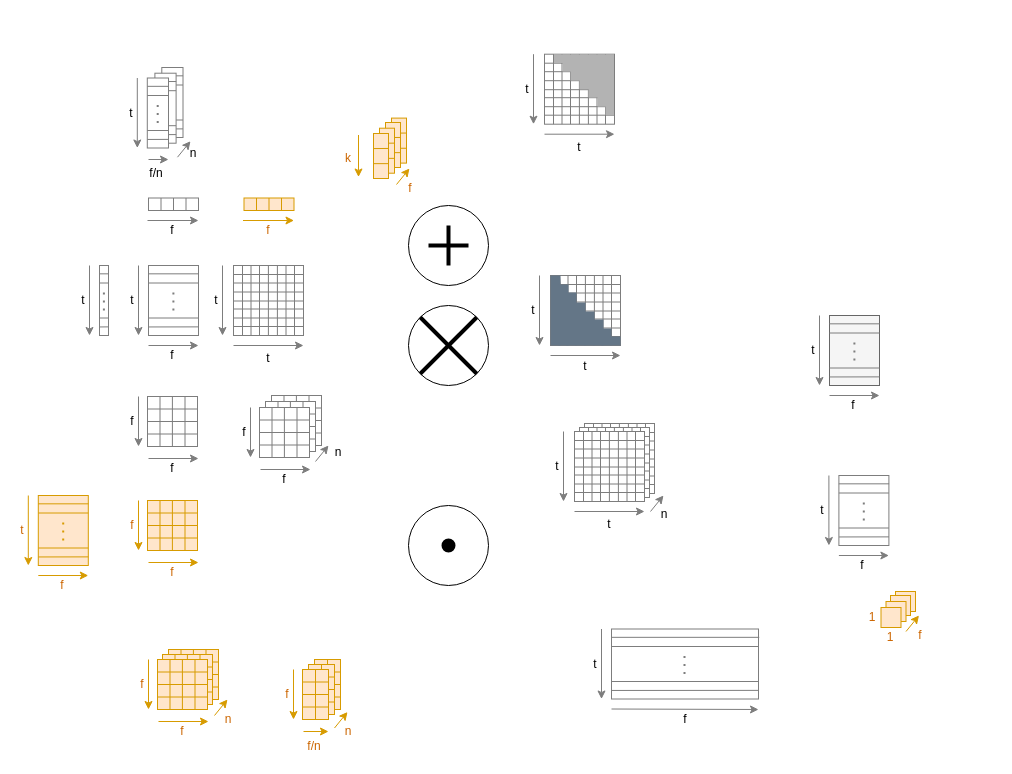
This is page "Base Figures" (1 of 5) of Untitled Diagram.drawio from OleguerCanal/diagrams, a draw.io file, before an edit. Source tidied: cells renumbered, new cells numbered last; positions are measured from the earlier drawing's top-left corner, leaving out a move shared by most shapes. Both pictures are drawn from the tidied source at 100%, with x=0, y=0 at pixel (17, 54).
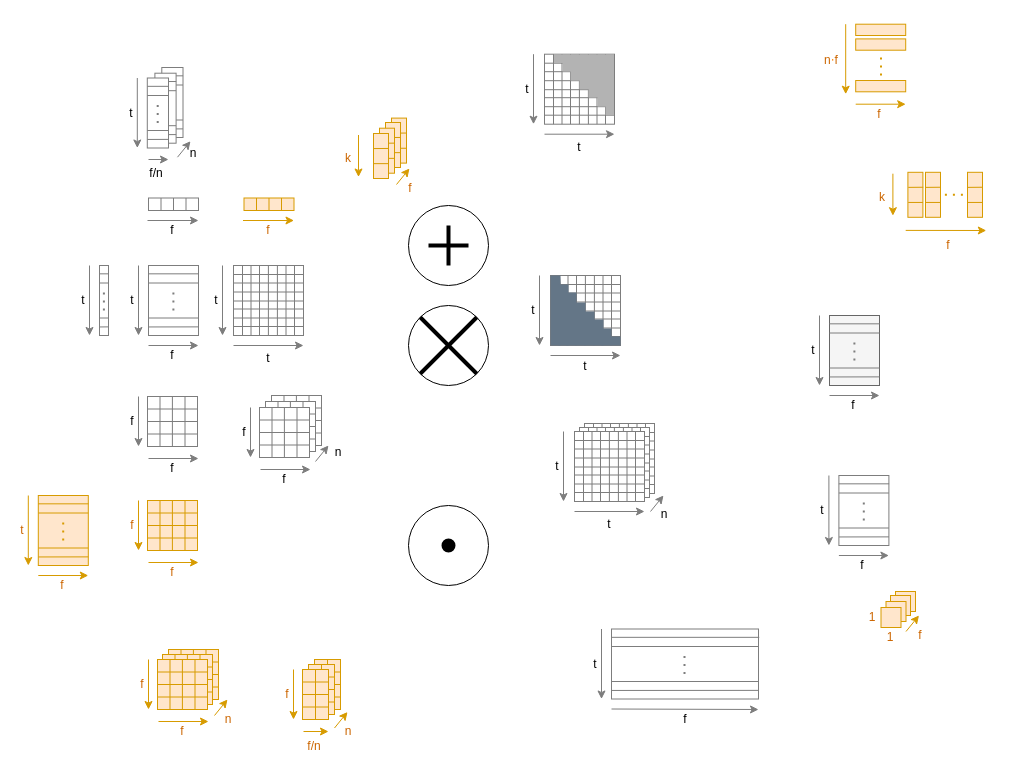
The same diagram, later.

Diff of the diagram source:
```diff
@@
+    <mxCell id="348" style="rounded=0;whiteSpace=wrap;html=1;strokeColor=#d79b00;fillColor=#ffe6cc;" parent="1" vertex="1">
+      <mxGeometry x="838.2" y="-30.3" width="50" height="11.3" as="geometry" />
+    </mxCell>
+    <mxCell id="349" style="endArrow=classic;html=1;rounded=0;strokeColor=#d79b00;fillColor=#ffe6cc;" parent="1" edge="1">
+      <mxGeometry relative="1" as="geometry">
+        <mxPoint x="828.2" y="-30.3" as="sourcePoint" />
+        <mxPoint x="828.2" y="39.7" as="targetPoint" />
+      </mxGeometry>
+    </mxCell>
+    <mxCell id="350" style="endArrow=classic;html=1;rounded=0;strokeColor=#d79b00;fillColor=#ffe6cc;" parent="1" edge="1">
+      <mxGeometry relative="1" as="geometry">
+        <mxPoint x="838.2" y="49.7" as="sourcePoint" />
+        <mxPoint x="888.2" y="49.7" as="targetPoint" />
+      </mxGeometry>
+    </mxCell>
+    <mxCell id="351" value="f" style="text;html=1;strokeColor=none;fillColor=none;align=center;verticalAlign=middle;whiteSpace=wrap;rounded=0;fontColor=#CC6600;" parent="1" vertex="1">
+      <mxGeometry x="857.2" y="49.7" width="10" height="20" as="geometry" />
+    </mxCell>
+    <mxCell id="352" style="rounded=0;whiteSpace=wrap;html=1;strokeColor=#d79b00;fillColor=#ffe6cc;" parent="1" vertex="1">
+      <mxGeometry x="838.2" y="-15.6" width="50" height="11.3" as="geometry" />
+    </mxCell>
+    <mxCell id="353" style="rounded=0;whiteSpace=wrap;html=1;strokeColor=#d79b00;fillColor=#ffe6cc;" parent="1" vertex="1">
+      <mxGeometry x="838.2" y="26" width="50" height="11.3" as="geometry" />
+    </mxCell>
+    <mxCell id="354" style="endArrow=none;dashed=1;html=1;dashPattern=1 3;strokeWidth=2;rounded=0;strokeColor=#d79b00;fillColor=#ffe6cc;" parent="1" edge="1">
+      <mxGeometry relative="1" as="geometry">
+        <mxPoint x="863.5" y="21" as="sourcePoint" />
+        <mxPoint x="863.5" y="1" as="targetPoint" />
+        <Array as="points">
+          <mxPoint x="863.5" y="21" />
+        </Array>
+      </mxGeometry>
+    </mxCell>
+    <mxCell id="355" value="n&lt;span style=&quot;font-family: &amp;#34;mathjax_main&amp;#34; ; text-align: left ; background-color: rgb(255 , 255 , 255)&quot;&gt;&lt;font style=&quot;font-size: 12px&quot; color=&quot;#ff8000&quot;&gt;⋅&lt;/font&gt;&lt;/span&gt;f" style="text;html=1;strokeColor=none;fillColor=none;align=center;verticalAlign=middle;whiteSpace=wrap;rounded=0;fontColor=#CC6600;" parent="1" vertex="1">
+      <mxGeometry x="797" y="-4.3" width="34" height="20" as="geometry" />
+    </mxCell>
+    <mxCell id="356" style="rounded=0;whiteSpace=wrap;html=1;strokeColor=#d79b00;fillColor=#ffe6cc;rotation=-90;" parent="1" vertex="1">
+      <mxGeometry x="935" y="132.8" width="45" height="15" as="geometry" />
+    </mxCell>
+    <mxCell id="357" style="endArrow=none;html=1;rounded=0;entryX=0.33;entryY=0.021;entryDx=0;entryDy=0;strokeColor=#d79b00;fillColor=#ffe6cc;entryPerimeter=0;exitX=0.33;exitY=1.005;exitDx=0;exitDy=0;exitPerimeter=0;" parent="1" edge="1" source="356" target="356">
+      <mxGeometry relative="1" as="geometry" />
+    </mxCell>
+    <mxCell id="358" style="endArrow=none;html=1;rounded=0;strokeColor=#d79b00;fillColor=#ffe6cc;exitX=0.665;exitY=0.025;exitDx=0;exitDy=0;exitPerimeter=0;entryX=0.668;entryY=1.027;entryDx=0;entryDy=0;entryPerimeter=0;" parent="1" edge="1" source="356" target="356">
+      <mxGeometry relative="1" as="geometry" />
+    </mxCell>
+    <mxCell id="359" style="rounded=0;whiteSpace=wrap;html=1;strokeColor=#d79b00;fillColor=#ffe6cc;rotation=-90;" parent="1" vertex="1">
+      <mxGeometry x="893" y="132.8" width="45" height="15" as="geometry" />
+    </mxCell>
+    <mxCell id="360" style="endArrow=none;html=1;rounded=0;entryX=0.33;entryY=0.021;entryDx=0;entryDy=0;strokeColor=#d79b00;fillColor=#ffe6cc;entryPerimeter=0;exitX=0.33;exitY=1.005;exitDx=0;exitDy=0;exitPerimeter=0;" parent="1" edge="1" source="359" target="359">
+      <mxGeometry relative="1" as="geometry" />
+    </mxCell>
+    <mxCell id="361" style="endArrow=none;html=1;rounded=0;strokeColor=#d79b00;fillColor=#ffe6cc;exitX=0.665;exitY=0.025;exitDx=0;exitDy=0;exitPerimeter=0;entryX=0.668;entryY=1.027;entryDx=0;entryDy=0;entryPerimeter=0;" parent="1" edge="1" source="359" target="359">
+      <mxGeometry relative="1" as="geometry" />
+    </mxCell>
+    <mxCell id="362" style="rounded=0;whiteSpace=wrap;html=1;strokeColor=#d79b00;fillColor=#ffe6cc;rotation=-90;" parent="1" vertex="1">
+      <mxGeometry x="875.4" y="132.8" width="45" height="15" as="geometry" />
+    </mxCell>
+    <mxCell id="363" style="endArrow=classic;html=1;rounded=0;strokeColor=#d79b00;fillColor=#ffe6cc;" parent="1" edge="1">
+      <mxGeometry relative="1" as="geometry">
+        <mxPoint x="875.4" y="119.2" as="sourcePoint" />
+        <mxPoint x="875.4" y="161.2" as="targetPoint" />
+      </mxGeometry>
+    </mxCell>
+    <mxCell id="364" value="k" style="text;html=1;strokeColor=none;fillColor=none;align=center;verticalAlign=middle;whiteSpace=wrap;rounded=0;fontColor=#CC6600;" parent="1" vertex="1">
+      <mxGeometry x="860.4" y="132.8" width="10" height="20" as="geometry" />
+    </mxCell>
+    <mxCell id="365" style="endArrow=none;html=1;rounded=0;entryX=0.33;entryY=0.021;entryDx=0;entryDy=0;strokeColor=#d79b00;fillColor=#ffe6cc;entryPerimeter=0;exitX=0.33;exitY=1.005;exitDx=0;exitDy=0;exitPerimeter=0;" parent="1" edge="1" source="362" target="362">
+      <mxGeometry relative="1" as="geometry" />
+    </mxCell>
+    <mxCell id="366" style="endArrow=none;html=1;rounded=0;strokeColor=#d79b00;fillColor=#ffe6cc;exitX=0.665;exitY=0.025;exitDx=0;exitDy=0;exitPerimeter=0;entryX=0.668;entryY=1.027;entryDx=0;entryDy=0;entryPerimeter=0;" parent="1" edge="1" source="362" target="362">
+      <mxGeometry relative="1" as="geometry" />
+    </mxCell>
+    <mxCell id="367" value="f" style="text;html=1;strokeColor=none;fillColor=none;align=center;verticalAlign=middle;whiteSpace=wrap;rounded=0;fontColor=#CC6600;" parent="1" vertex="1">
+      <mxGeometry x="926" y="181" width="10" height="20" as="geometry" />
+    </mxCell>
+    <mxCell id="368" style="endArrow=none;dashed=1;html=1;dashPattern=1 3;strokeWidth=2;rounded=0;strokeColor=#d79b00;fillColor=#ffe6cc;" parent="1" edge="1">
+      <mxGeometry relative="1" as="geometry">
+        <mxPoint x="945.4" y="140.2" as="sourcePoint" />
+        <mxPoint x="925.4" y="140.2" as="targetPoint" />
+      </mxGeometry>
+    </mxCell>
+    <mxCell id="369" style="endArrow=classic;html=1;rounded=0;strokeColor=#d79b00;fillColor=#ffe6cc;" parent="1" edge="1">
+      <mxGeometry relative="1" as="geometry">
+        <mxPoint x="888.2" y="175.9" as="sourcePoint" />
+        <mxPoint x="968.8" y="176" as="targetPoint" />
+      </mxGeometry>
+    </mxCell>
```
